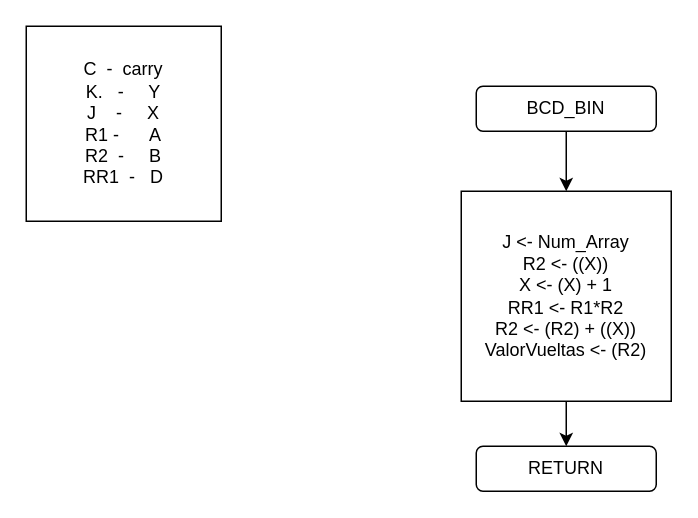
Earlier version of the draw.io diagram 8_runmeter623/diagrams/8_bcd_bin.drawio (brown9804/Dragon12_MC9S12DP256). Source tidied: cells renumbered, new cells numbered last; positions are measured from the earlier drawing's top-left corner, leaving out a move shared by most shapes. Both pictures are drawn from the tidied source at 150%, with x=0, y=0 at pixel (26, 26).
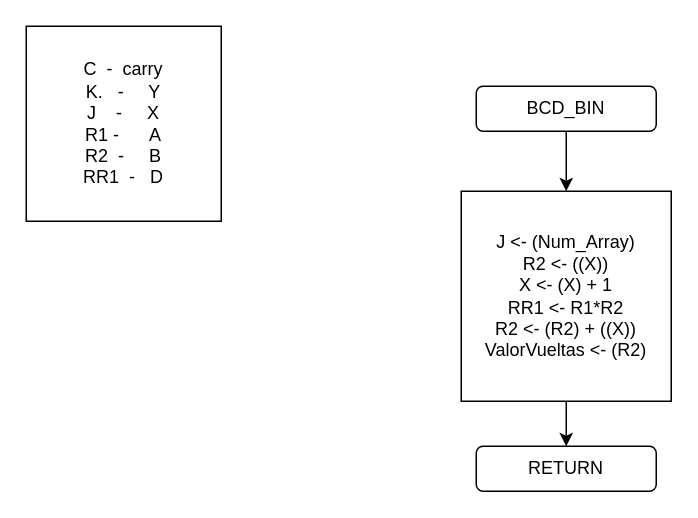
The same diagram, later.

Commit message:
final -> bcd_bin ✅

Change to the diagram source:
```diff
@@
 <mxGraphModel>
   <root>
     <mxCell id="0" />
     <mxCell id="1" parent="0" />
     <mxCell id="2" value="C &amp;nbsp;- &amp;nbsp;carry&lt;br&gt;K. &amp;nbsp; - &amp;nbsp; &amp;nbsp; Y&lt;br&gt;J &amp;nbsp; &amp;nbsp;- &amp;nbsp; &amp;nbsp; X&lt;br&gt;R1 - &amp;nbsp; &amp;nbsp; &amp;nbsp;A&lt;br&gt;R2 &amp;nbsp;- &amp;nbsp; &amp;nbsp; B&lt;br&gt;RR1 &amp;nbsp;- &amp;nbsp; D" style="whiteSpace=wrap;html=1;" parent="1" vertex="1">
       <mxGeometry width="130" height="130" as="geometry" />
     </mxCell>
     <mxCell id="3" style="edgeStyle=orthogonalEdgeStyle;rounded=0;jettySize=auto;html=1;exitX=0.5;exitY=1;exitDx=0;exitDy=0;entryX=0.5;entryY=0;entryDx=0;entryDy=0;" parent="1" edge="1" source="4" target="6">
       <mxGeometry relative="1" as="geometry" />
     </mxCell>
     <mxCell id="4" value="BCD_BIN" style="rounded=1;whiteSpace=wrap;html=1;" parent="1" vertex="1">
       <mxGeometry x="300" y="40" width="120" height="30" as="geometry" />
     </mxCell>
     <mxCell id="5" style="edgeStyle=orthogonalEdgeStyle;rounded=0;jettySize=auto;html=1;exitX=0.5;exitY=1;exitDx=0;exitDy=0;entryX=0.5;entryY=0;entryDx=0;entryDy=0;" parent="1" edge="1" source="6" target="7">
       <mxGeometry relative="1" as="geometry" />
     </mxCell>
-    <mxCell id="6" value="J &amp;lt;- Num_Array&lt;br&gt;R2 &amp;lt;- ((X))&lt;br&gt;X &amp;lt;- (X) + 1&lt;br&gt;RR1 &amp;lt;- R1*R2&lt;br&gt;R2 &amp;lt;- (R2) + ((X))&lt;br&gt;ValorVueltas &amp;lt;- (R2)" style="whiteSpace=wrap;html=1;" parent="1" vertex="1">
+    <mxCell id="6" value="J &amp;lt;- (Num_Array)&lt;br&gt;R2 &amp;lt;- ((X))&lt;br&gt;X &amp;lt;- (X) + 1&lt;br&gt;RR1 &amp;lt;- R1*R2&lt;br&gt;R2 &amp;lt;- (R2) + ((X))&lt;br&gt;ValorVueltas &amp;lt;- (R2)" style="whiteSpace=wrap;html=1;" parent="1" vertex="1">
       <mxGeometry x="290" y="110" width="140" height="140" as="geometry" />
     </mxCell>
     <mxCell id="7" value="RETURN" style="rounded=1;whiteSpace=wrap;html=1;" parent="1" vertex="1">
       <mxGeometry x="300" y="280" width="120" height="30" as="geometry" />
     </mxCell>
   </root>
 </mxGraphModel>
```
